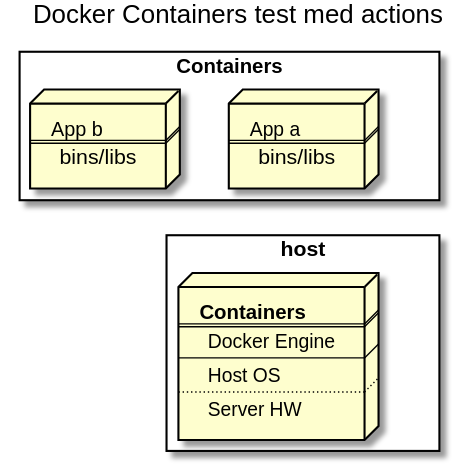
danskernesdigitalebibliotek/plantuml keeps this PlantUML diagram as docs/test.svg. Above is the earlier version.
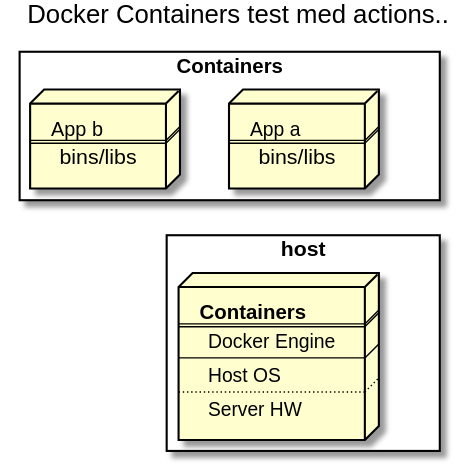
Later version of the same file.

Diff of the diagram source:
```diff
@@ -1,5 +1,5 @@
 @startuml
-Title Docker Containers test med actions
+Title Docker Containers test med actions..
 
 rectangle Containers {
     node mynodea [
```
